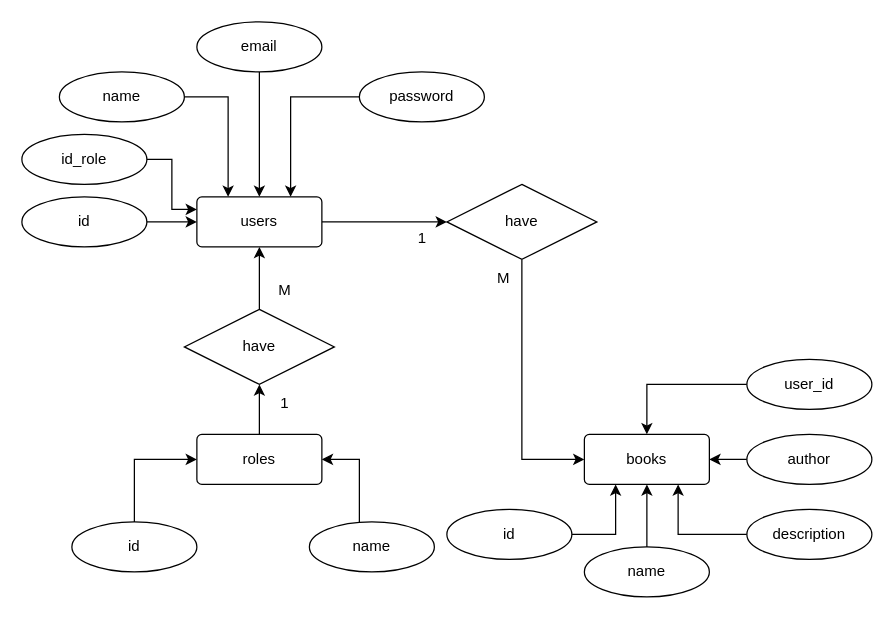
This is bookShelfApp.drawio from takachan0012/draw.io, a draw.io file, before an edit. Source tidied: cells renumbered, new cells numbered last; positions are measured from the earlier drawing's top-left corner, leaving out a move shared by most shapes. Both pictures are drawn from the tidied source at 125%, with x=0, y=0 at pixel (21, 21).
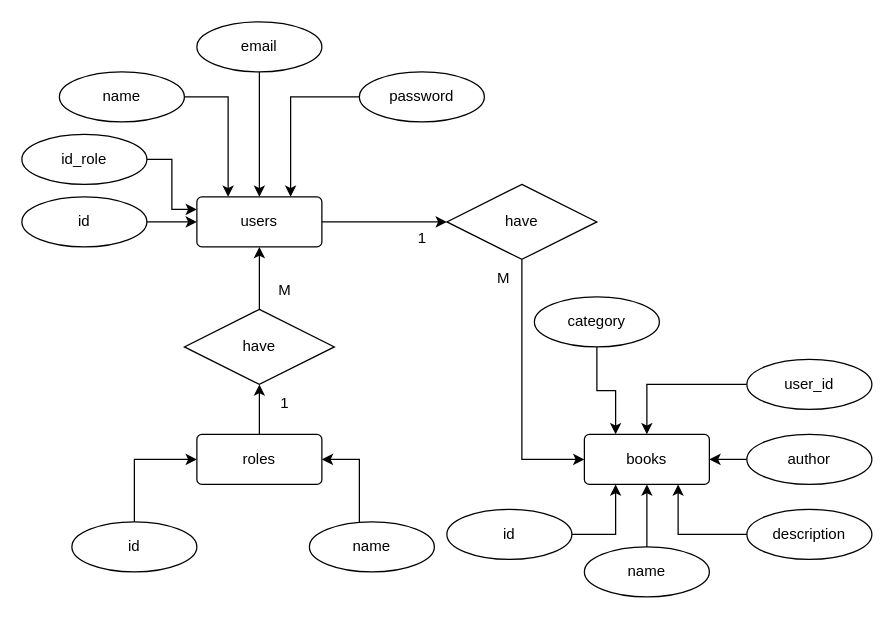
The same page after the edit.

Commit message:
added category at entity books

The change refers to these unchanged cells:
```xml
<mxCell id="8" value="books" style="rounded=1;arcSize=10;whiteSpace=wrap;html=1;align=center;" parent="1" vertex="1">
  <mxGeometry x="450" y="330" width="100" height="40" as="geometry" />
</mxCell>
```

What changed in the source:
```diff
@@
+    <mxCell id="39" style="edgeStyle=orthogonalEdgeStyle;rounded=0;jettySize=auto;html=1;entryX=0.25;entryY=0;entryDx=0;entryDy=0;" parent="1" edge="1" source="40" target="8">
+      <mxGeometry relative="1" as="geometry" />
+    </mxCell>
+    <mxCell id="40" value="category" style="ellipse;whiteSpace=wrap;html=1;align=center;" parent="1" vertex="1">
+      <mxGeometry x="410" y="220" width="100" height="40" as="geometry" />
+    </mxCell>
```
